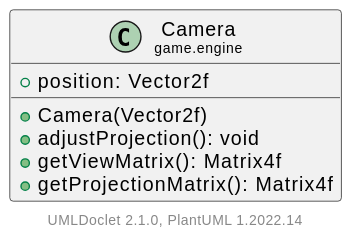
Before: doc/javadoc/game/engine/Camera.svg, a diagram exported from PlantUML (Hirschiii/JavaGameEngine).
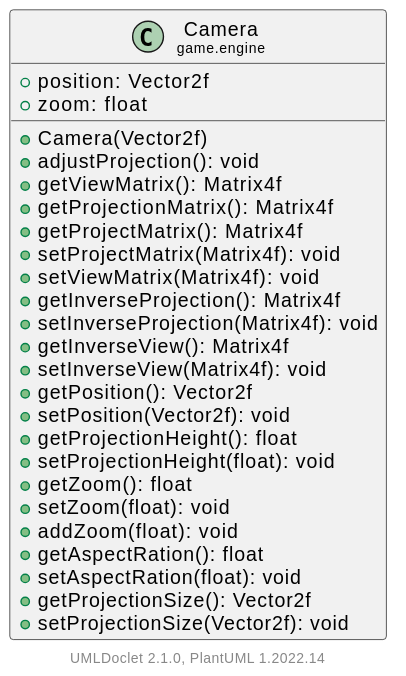
Later version of the same file.

Change to the diagram source:
```diff
@@ -5,10 +5,29 @@
 
     class "<size:14>Camera\n<size:10>game.engine" as game.engine.Camera [[Camera.html]] {
         +position: Vector2f
+        +zoom: float
         +Camera(Vector2f)
         +adjustProjection(): void
         +getViewMatrix(): Matrix4f
         +getProjectionMatrix(): Matrix4f
+        +getProjectMatrix(): Matrix4f
+        +setProjectMatrix(Matrix4f): void
+        +setViewMatrix(Matrix4f): void
+        +getInverseProjection(): Matrix4f
+        +setInverseProjection(Matrix4f): void
+        +getInverseView(): Matrix4f
+        +setInverseView(Matrix4f): void
+        +getPosition(): Vector2f
+        +setPosition(Vector2f): void
+        +getProjectionHeight(): float
+        +setProjectionHeight(float): void
+        +getZoom(): float
+        +setZoom(float): void
+        +addZoom(float): void
+        +getAspectRation(): float
+        +setAspectRation(float): void
+        +getProjectionSize(): Vector2f
+        +setProjectionSize(Vector2f): void
     }
 
     center footer UMLDoclet 2.1.0, PlantUML %version()
```
